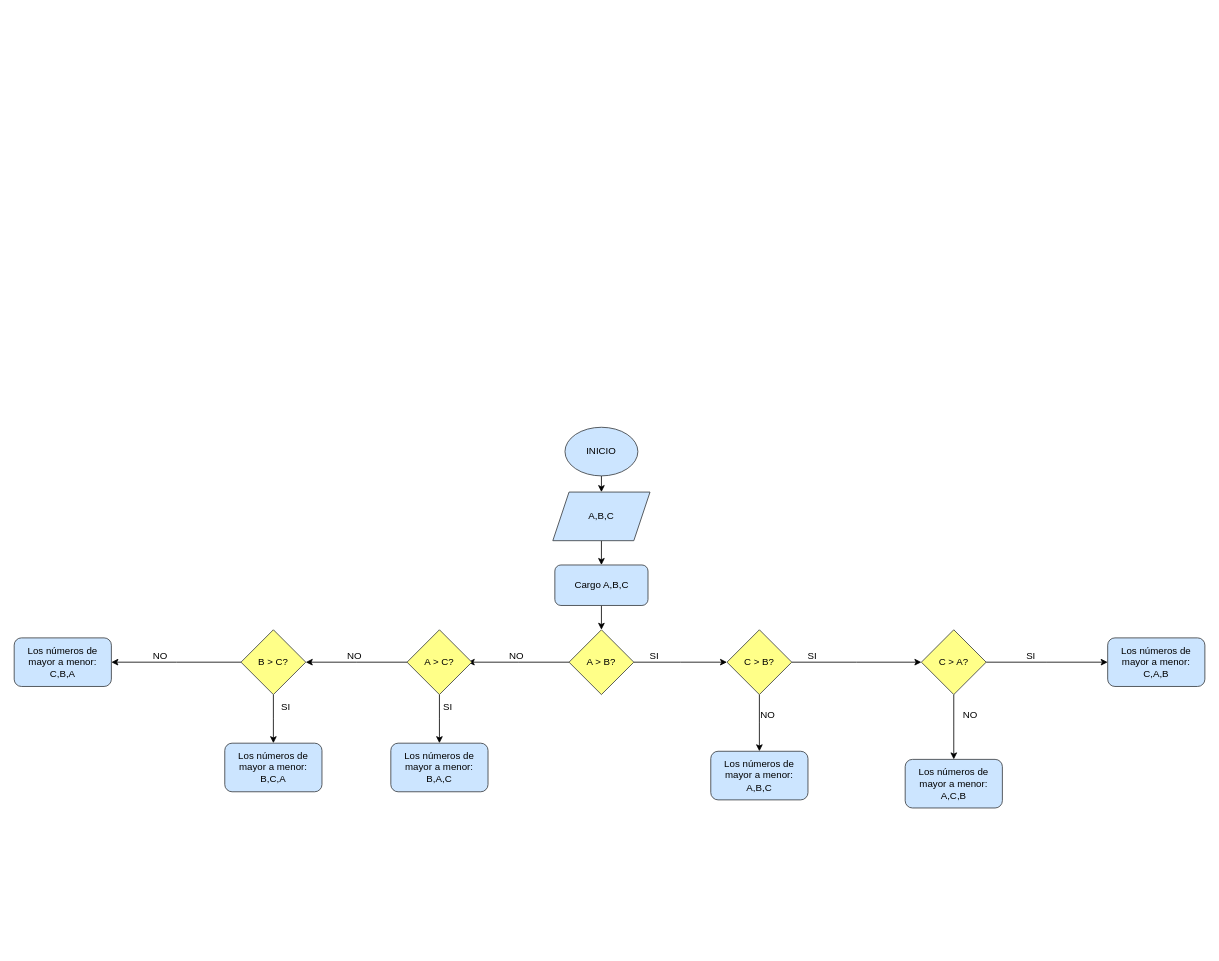
The draw.io diagram Practiva25.drawio in NahuelLV/Base-de-Datos, before the edit. Source tidied: cells renumbered, new cells numbered last; positions are measured from the earlier drawing's top-left corner, leaving out a move shared by most shapes. Both pictures are drawn from the tidied source at 81%, with x=0, y=0 at pixel (14, 427).
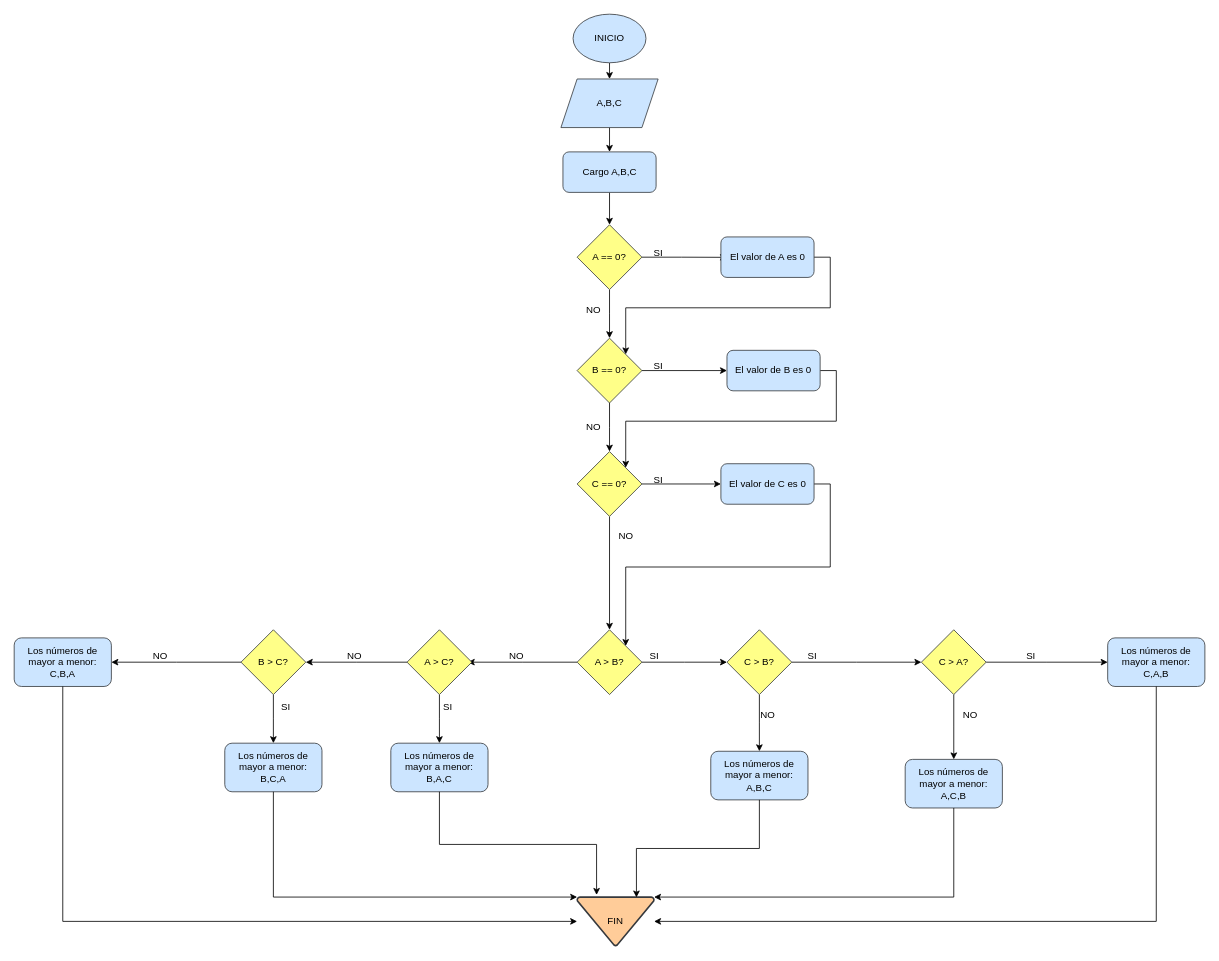
Above is the later version.

Unchanged cells that the change refers to:
```xml
<mxCell id="18" value="Los números de mayor a menor: B,A,C" style="rounded=1;whiteSpace=wrap;html=1;fillColor=#cce5ff;strokeColor=#36393d;" parent="1" vertex="1">
  <mxGeometry x="465" y="390" width="120" height="60" as="geometry" />
</mxCell>
<mxCell id="34" value="Los números de mayor a menor: B,C,A" style="rounded=1;whiteSpace=wrap;html=1;fillColor=#cce5ff;strokeColor=#36393d;" parent="1" vertex="1">
  <mxGeometry x="260" y="390" width="120" height="60" as="geometry" />
</mxCell>
<mxCell id="35" value="Los números de mayor a menor: C,B,A" style="rounded=1;whiteSpace=wrap;html=1;fillColor=#cce5ff;strokeColor=#36393d;" parent="1" vertex="1">
  <mxGeometry y="260" width="120" height="60" as="geometry" />
</mxCell>
<mxCell id="36" value="Los números de mayor a menor: A,B,C" style="rounded=1;whiteSpace=wrap;html=1;fillColor=#cce5ff;strokeColor=#36393d;" parent="1" vertex="1">
  <mxGeometry x="860" y="400" width="120" height="60" as="geometry" />
</mxCell>
<mxCell id="37" value="Los números de mayor a menor: C,A,B" style="rounded=1;whiteSpace=wrap;html=1;fillColor=#cce5ff;strokeColor=#36393d;" parent="1" vertex="1">
  <mxGeometry x="1350" y="260" width="120" height="60" as="geometry" />
</mxCell>
<mxCell id="38" value="Los números de mayor a menor: A,C,B" style="rounded=1;whiteSpace=wrap;html=1;fillColor=#cce5ff;strokeColor=#36393d;" parent="1" vertex="1">
  <mxGeometry x="1100" y="410" width="120" height="60" as="geometry" />
</mxCell>
```

The edit, as a diff of the source:
```diff
@@
     <mxCell id="3" value="INICIO" style="ellipse;whiteSpace=wrap;html=1;fillColor=#cce5ff;strokeColor=#36393d;" parent="1" vertex="1">
-      <mxGeometry x="680" width="90" height="60" as="geometry" />
+      <mxGeometry x="690" y="-510" width="90" height="60" as="geometry" />
     </mxCell>
@@
     <mxCell id="5" value="A,B,C" style="shape=parallelogram;perimeter=parallelogramPerimeter;whiteSpace=wrap;html=1;fixedSize=1;fillColor=#cce5ff;strokeColor=#36393d;" parent="1" vertex="1">
-      <mxGeometry x="665" y="80" width="120" height="60" as="geometry" />
+      <mxGeometry x="675" y="-430" width="120" height="60" as="geometry" />
     </mxCell>
-    <mxCell id="6" style="edgeStyle=orthogonalEdgeStyle;rounded=0;jettySize=auto;html=1;exitX=0.5;exitY=1;exitDx=0;exitDy=0;entryX=0.5;entryY=0;entryDx=0;entryDy=0;" parent="1" edge="1" source="7" target="10">
-      <mxGeometry relative="1" as="geometry" />
-    </mxCell>
+    <mxCell id="39" style="edgeStyle=orthogonalEdgeStyle;rounded=0;jettySize=auto;html=1;exitX=0.5;exitY=1;exitDx=0;exitDy=0;entryX=0.5;entryY=0;entryDx=0;entryDy=0;" parent="1" edge="1" source="7" target="42">
+      <mxGeometry relative="1" as="geometry" />
+    </mxCell>
     <mxCell id="7" value="Cargo A,B,C" style="rounded=1;whiteSpace=wrap;html=1;fillColor=#cce5ff;strokeColor=#36393d;" parent="1" vertex="1">
-      <mxGeometry x="667.5" y="170" width="115" height="50" as="geometry" />
+      <mxGeometry x="677.5" y="-340" width="115" height="50" as="geometry" />
     </mxCell>
@@
     <mxCell id="10" value="A &amp;gt; B?" style="rhombus;whiteSpace=wrap;html=1;fillColor=#ffff88;strokeColor=#36393d;" parent="1" vertex="1">
-      <mxGeometry x="685" y="250" width="80" height="80" as="geometry" />
+      <mxGeometry x="695" y="250" width="80" height="80" as="geometry" />
     </mxCell>
@@
+    <mxCell id="40" style="edgeStyle=orthogonalEdgeStyle;rounded=0;jettySize=auto;html=1;exitX=1;exitY=0.5;exitDx=0;exitDy=0;entryX=0.065;entryY=0.504;entryDx=0;entryDy=0;entryPerimeter=0;" parent="1" edge="1" source="42" target="56">
+      <mxGeometry relative="1" as="geometry" />
+    </mxCell>
+    <mxCell id="41" style="edgeStyle=orthogonalEdgeStyle;rounded=0;jettySize=auto;html=1;exitX=0.5;exitY=1;exitDx=0;exitDy=0;" parent="1" edge="1" source="42">
+      <mxGeometry relative="1" as="geometry">
+        <mxPoint x="735" y="-110" as="targetPoint" />
+      </mxGeometry>
+    </mxCell>
+    <mxCell id="42" value="A == 0?" style="rhombus;whiteSpace=wrap;html=1;fillColor=#ffff88;strokeColor=#36393d;" parent="1" vertex="1">
+      <mxGeometry x="695" y="-250" width="80" height="80" as="geometry" />
+    </mxCell>
+    <mxCell id="43" value="SI" style="text;html=1;align=center;verticalAlign=middle;strokeColor=none;fillColor=none;" parent="1" vertex="1">
+      <mxGeometry x="780" y="-230" width="30" height="30" as="geometry" />
+    </mxCell>
+    <mxCell id="44" value="NO" style="text;html=1;align=center;verticalAlign=middle;strokeColor=none;fillColor=none;" parent="1" vertex="1">
+      <mxGeometry x="695" y="-160" width="40" height="30" as="geometry" />
+    </mxCell>
+    <mxCell id="45" style="edgeStyle=orthogonalEdgeStyle;rounded=0;jettySize=auto;html=1;exitX=1;exitY=0.5;exitDx=0;exitDy=0;entryX=0;entryY=0.5;entryDx=0;entryDy=0;" parent="1" edge="1" source="47" target="58">
+      <mxGeometry relative="1" as="geometry" />
+    </mxCell>
+    <mxCell id="46" style="edgeStyle=orthogonalEdgeStyle;rounded=0;jettySize=auto;html=1;exitX=0.5;exitY=1;exitDx=0;exitDy=0;" parent="1" edge="1" source="47">
+      <mxGeometry relative="1" as="geometry">
+        <mxPoint x="735" y="30" as="targetPoint" />
+      </mxGeometry>
+    </mxCell>
+    <mxCell id="47" value="B == 0?" style="rhombus;whiteSpace=wrap;html=1;fillColor=#ffff88;strokeColor=#36393d;" parent="1" vertex="1">
+      <mxGeometry x="695" y="-110" width="80" height="80" as="geometry" />
+    </mxCell>
+    <mxCell id="48" value="SI" style="text;html=1;align=center;verticalAlign=middle;strokeColor=none;fillColor=none;" parent="1" vertex="1">
+      <mxGeometry x="780" y="-90" width="30" height="30" as="geometry" />
+    </mxCell>
+    <mxCell id="49" value="NO" style="text;html=1;align=center;verticalAlign=middle;strokeColor=none;fillColor=none;" parent="1" vertex="1">
+      <mxGeometry x="695" y="-15" width="40" height="30" as="geometry" />
+    </mxCell>
+    <mxCell id="50" style="edgeStyle=orthogonalEdgeStyle;rounded=0;jettySize=auto;html=1;exitX=1;exitY=0.5;exitDx=0;exitDy=0;entryX=0;entryY=0.5;entryDx=0;entryDy=0;" parent="1" edge="1" source="52" target="60">
+      <mxGeometry relative="1" as="geometry" />
+    </mxCell>
+    <mxCell id="51" style="edgeStyle=orthogonalEdgeStyle;rounded=0;jettySize=auto;html=1;exitX=0.5;exitY=1;exitDx=0;exitDy=0;entryX=0.5;entryY=0;entryDx=0;entryDy=0;" parent="1" edge="1" source="52" target="10">
+      <mxGeometry relative="1" as="geometry" />
+    </mxCell>
+    <mxCell id="52" value="C == 0?" style="rhombus;whiteSpace=wrap;html=1;fillColor=#ffff88;strokeColor=#36393d;" parent="1" vertex="1">
+      <mxGeometry x="695" y="30" width="80" height="80" as="geometry" />
+    </mxCell>
+    <mxCell id="53" value="SI" style="text;html=1;align=center;verticalAlign=middle;strokeColor=none;fillColor=none;" parent="1" vertex="1">
+      <mxGeometry x="780" y="50" width="30" height="30" as="geometry" />
+    </mxCell>
+    <mxCell id="54" value="NO" style="text;html=1;align=center;verticalAlign=middle;strokeColor=none;fillColor=none;" parent="1" vertex="1">
+      <mxGeometry x="735" y="120" width="40" height="30" as="geometry" />
+    </mxCell>
+    <mxCell id="55" style="edgeStyle=orthogonalEdgeStyle;rounded=0;jettySize=auto;html=1;exitX=1;exitY=0.5;exitDx=0;exitDy=0;entryX=1;entryY=0;entryDx=0;entryDy=0;" parent="1" edge="1" source="56" target="47">
+      <mxGeometry relative="1" as="geometry" />
+    </mxCell>
+    <mxCell id="56" value="El valor de A es 0" style="rounded=1;whiteSpace=wrap;html=1;fillColor=#cce5ff;strokeColor=#36393d;" parent="1" vertex="1">
+      <mxGeometry x="872.5" y="-235" width="115" height="50" as="geometry" />
+    </mxCell>
+    <mxCell id="57" style="edgeStyle=orthogonalEdgeStyle;rounded=0;jettySize=auto;html=1;exitX=1;exitY=0.5;exitDx=0;exitDy=0;entryX=1;entryY=0;entryDx=0;entryDy=0;" parent="1" edge="1" source="58" target="52">
+      <mxGeometry relative="1" as="geometry" />
+    </mxCell>
+    <mxCell id="58" value="El valor de B es 0" style="rounded=1;whiteSpace=wrap;html=1;fillColor=#cce5ff;strokeColor=#36393d;" parent="1" vertex="1">
+      <mxGeometry x="880" y="-95" width="115" height="50" as="geometry" />
+    </mxCell>
+    <mxCell id="59" style="edgeStyle=orthogonalEdgeStyle;rounded=0;jettySize=auto;html=1;exitX=1;exitY=0.5;exitDx=0;exitDy=0;entryX=1;entryY=0;entryDx=0;entryDy=0;" parent="1" edge="1" source="60" target="10">
+      <mxGeometry relative="1" as="geometry" />
+    </mxCell>
+    <mxCell id="60" value="El valor de C es 0" style="rounded=1;whiteSpace=wrap;html=1;fillColor=#cce5ff;strokeColor=#36393d;" parent="1" vertex="1">
+      <mxGeometry x="872.5" y="45" width="115" height="50" as="geometry" />
+    </mxCell>
+    <mxCell id="61" value="FIN" style="strokeWidth=2;html=1;shape=mxgraph.flowchart.merge_or_storage;whiteSpace=wrap;fillColor=#ffcc99;strokeColor=#36393d;" parent="1" vertex="1">
+      <mxGeometry x="695" y="580" width="95" height="60" as="geometry" />
+    </mxCell>
+    <mxCell id="62" style="edgeStyle=orthogonalEdgeStyle;rounded=0;jettySize=auto;html=1;exitX=0.5;exitY=1;exitDx=0;exitDy=0;entryX=0;entryY=0.5;entryDx=0;entryDy=0;entryPerimeter=0;" parent="1" edge="1" source="35" target="61">
+      <mxGeometry relative="1" as="geometry" />
+    </mxCell>
+    <mxCell id="63" style="edgeStyle=orthogonalEdgeStyle;rounded=0;jettySize=auto;html=1;exitX=0.5;exitY=1;exitDx=0;exitDy=0;entryX=0;entryY=0;entryDx=0;entryDy=0;entryPerimeter=0;" parent="1" edge="1" source="34" target="61">
+      <mxGeometry relative="1" as="geometry">
+        <Array as="points">
+          <mxPoint x="320" y="580" />
+        </Array>
+      </mxGeometry>
+    </mxCell>
+    <mxCell id="64" style="edgeStyle=orthogonalEdgeStyle;rounded=0;jettySize=auto;html=1;exitX=0.5;exitY=1;exitDx=0;exitDy=0;entryX=0.253;entryY=-0.044;entryDx=0;entryDy=0;entryPerimeter=0;" parent="1" edge="1" source="18" target="61">
+      <mxGeometry relative="1" as="geometry" />
+    </mxCell>
+    <mxCell id="65" style="edgeStyle=orthogonalEdgeStyle;rounded=0;jettySize=auto;html=1;exitX=0.5;exitY=1;exitDx=0;exitDy=0;entryX=0.771;entryY=0.008;entryDx=0;entryDy=0;entryPerimeter=0;" parent="1" edge="1" source="36" target="61">
+      <mxGeometry relative="1" as="geometry" />
+    </mxCell>
+    <mxCell id="66" style="edgeStyle=orthogonalEdgeStyle;rounded=0;jettySize=auto;html=1;exitX=0.5;exitY=1;exitDx=0;exitDy=0;entryX=1;entryY=0;entryDx=0;entryDy=0;entryPerimeter=0;" parent="1" edge="1" source="38" target="61">
+      <mxGeometry relative="1" as="geometry">
+        <Array as="points">
+          <mxPoint x="1160" y="580" />
+        </Array>
+      </mxGeometry>
+    </mxCell>
+    <mxCell id="67" style="edgeStyle=orthogonalEdgeStyle;rounded=0;jettySize=auto;html=1;exitX=0.5;exitY=1;exitDx=0;exitDy=0;entryX=1;entryY=0.5;entryDx=0;entryDy=0;entryPerimeter=0;" parent="1" edge="1" source="37" target="61">
+      <mxGeometry relative="1" as="geometry" />
+    </mxCell>
```
